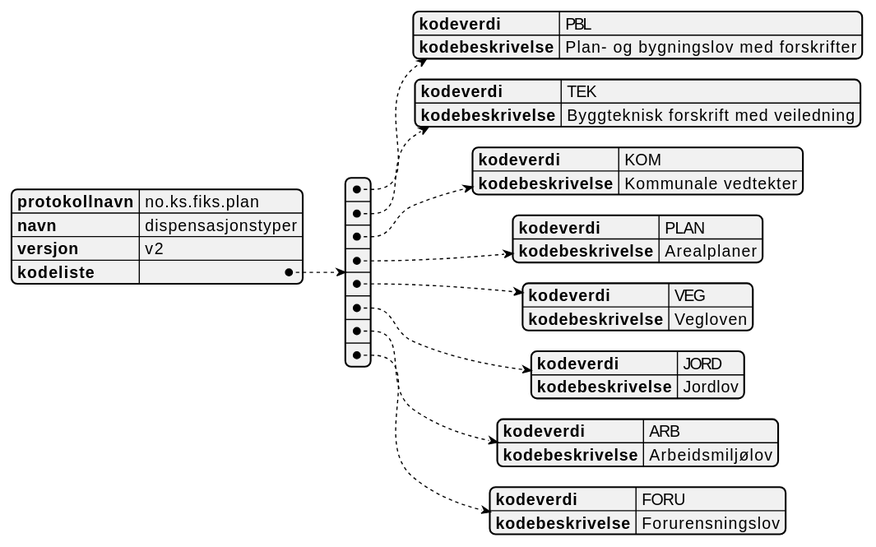
The PlantUML diagram Schema/V2/kodelister/no.ks.fiks.plan.v2.kodelister.dispensasjonstyper/no.ks.fiks.plan.v2.kodelister.dispensasjonstyper.svg in ks-no/fiks-plan-specification, before a commit.
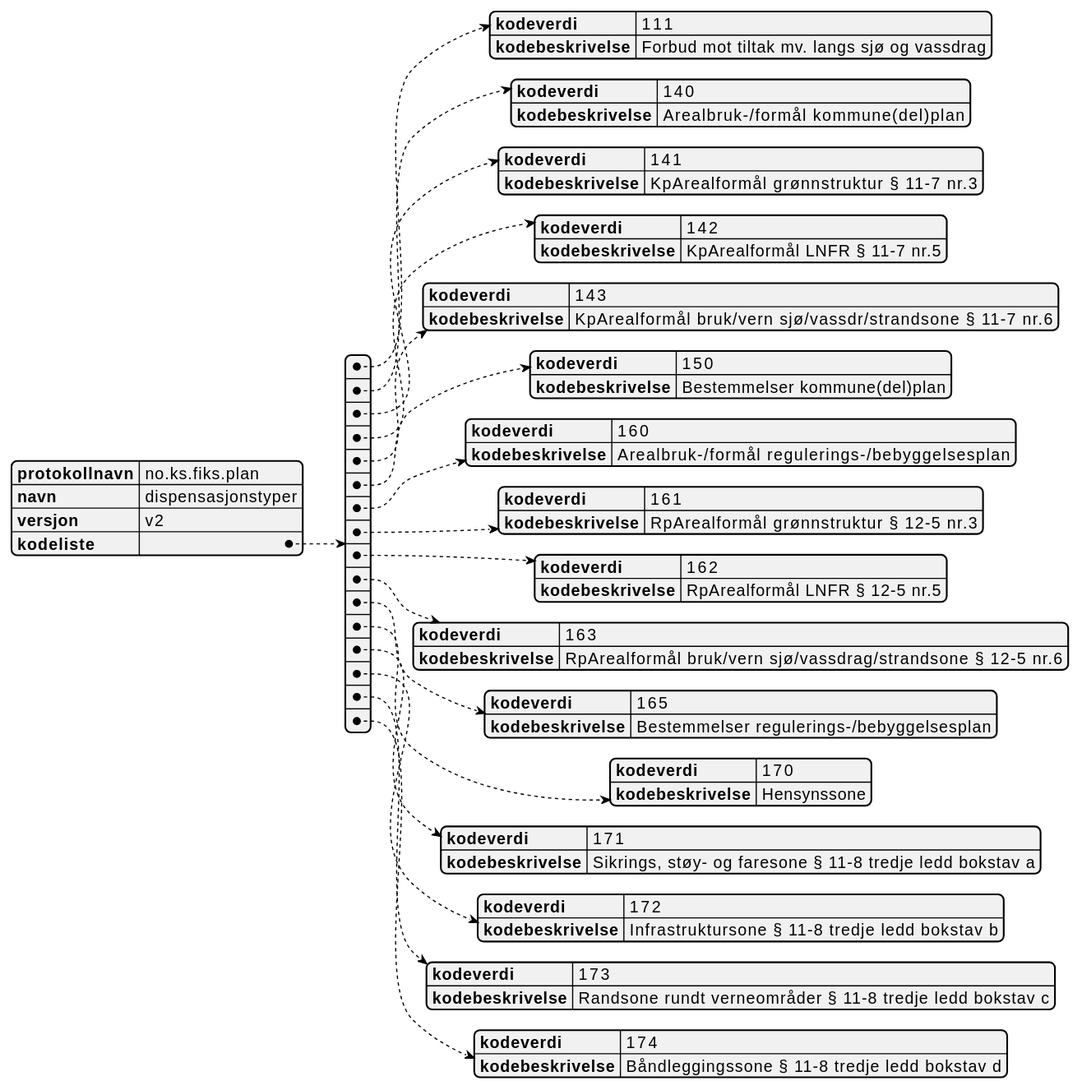
After the commit.

The edit, as a diff of the source:
```diff
@@ -5,36 +5,68 @@
   "versjon": "v2",
   "kodeliste": [
     {
-      "kodeverdi" : "PBL",
-      "kodebeskrivelse" : "Plan- og bygningslov med forskrifter"
+      "kodeverdi" : "111",
+      "kodebeskrivelse" : "Forbud mot tiltak mv. langs sjø og vassdrag"
     },
     {
-      "kodeverdi" : "TEK",
-      "kodebeskrivelse" : "Byggteknisk forskrift med veiledning"
+      "kodeverdi" : "140",
+      "kodebeskrivelse" : "Arealbruk-/formål kommune(del)plan"
     },
     {
-      "kodeverdi" : "KOM",
-      "kodebeskrivelse" : "Kommunale vedtekter"
+      "kodeverdi" : "141",
+      "kodebeskrivelse" : "KpArealformål grønnstruktur § 11-7 nr.3"
     },
     {
-      "kodeverdi" : "PLAN",
-      "kodebeskrivelse" : "Arealplaner"
+      "kodeverdi" : "142",
+      "kodebeskrivelse" : "KpArealformål LNFR § 11-7 nr.5"
     },
     {
-      "kodeverdi" : "VEG",
-      "kodebeskrivelse" : "Vegloven"
+      "kodeverdi" : "143",
+      "kodebeskrivelse" : "KpArealformål bruk/vern sjø/vassdr/strandsone § 11-7 nr.6"
     },
     {
-      "kodeverdi" : "JORD",
-      "kodebeskrivelse" : "Jordlov"
+      "kodeverdi" : "150",
+      "kodebeskrivelse" : "Bestemmelser kommune(del)plan"
     },
     {
-      "kodeverdi" : "ARB",
-      "kodebeskrivelse" : "Arbeidsmiljølov"
+      "kodeverdi" : "160",
+      "kodebeskrivelse" : "Arealbruk-/formål regulerings-/bebyggelsesplan"
     },
     {
-      "kodeverdi" : "FORU",
-      "kodebeskrivelse" : "Forurensningslov"
+      "kodeverdi" : "161",
+      "kodebeskrivelse" : "RpArealformål grønnstruktur § 12-5 nr.3"
+    },
+    {
+      "kodeverdi" : "162",
+      "kodebeskrivelse" : "RpArealformål LNFR § 12-5 nr.5"
+    },
+    {
+      "kodeverdi" : "163",
+      "kodebeskrivelse" : "RpArealformål bruk/vern sjø/vassdrag/strandsone § 12-5 nr.6"
+    },
+    {
+      "kodeverdi" : "165",
+      "kodebeskrivelse" : "Bestemmelser regulerings-/bebyggelsesplan"
+    },
+    {
+      "kodeverdi" : "170",
+      "kodebeskrivelse" : "Hensynssone"
+    },
+    {
+      "kodeverdi" : "171",
+      "kodebeskrivelse" : "Sikrings, støy- og faresone § 11-8 tredje ledd bokstav a"
+    },
+    {
+      "kodeverdi" : "172",
+      "kodebeskrivelse" : "Infrastruktursone § 11-8 tredje ledd bokstav b"
+    },
+    {
+      "kodeverdi" : "173",
+      "kodebeskrivelse" : "Randsone rundt verneområder § 11-8 tredje ledd bokstav c"
+    },
+    {
+      "kodeverdi" : "174",
+      "kodebeskrivelse" : "Båndleggingssone § 11-8 tredje ledd bokstav d"
     }
   ]
 }
```
